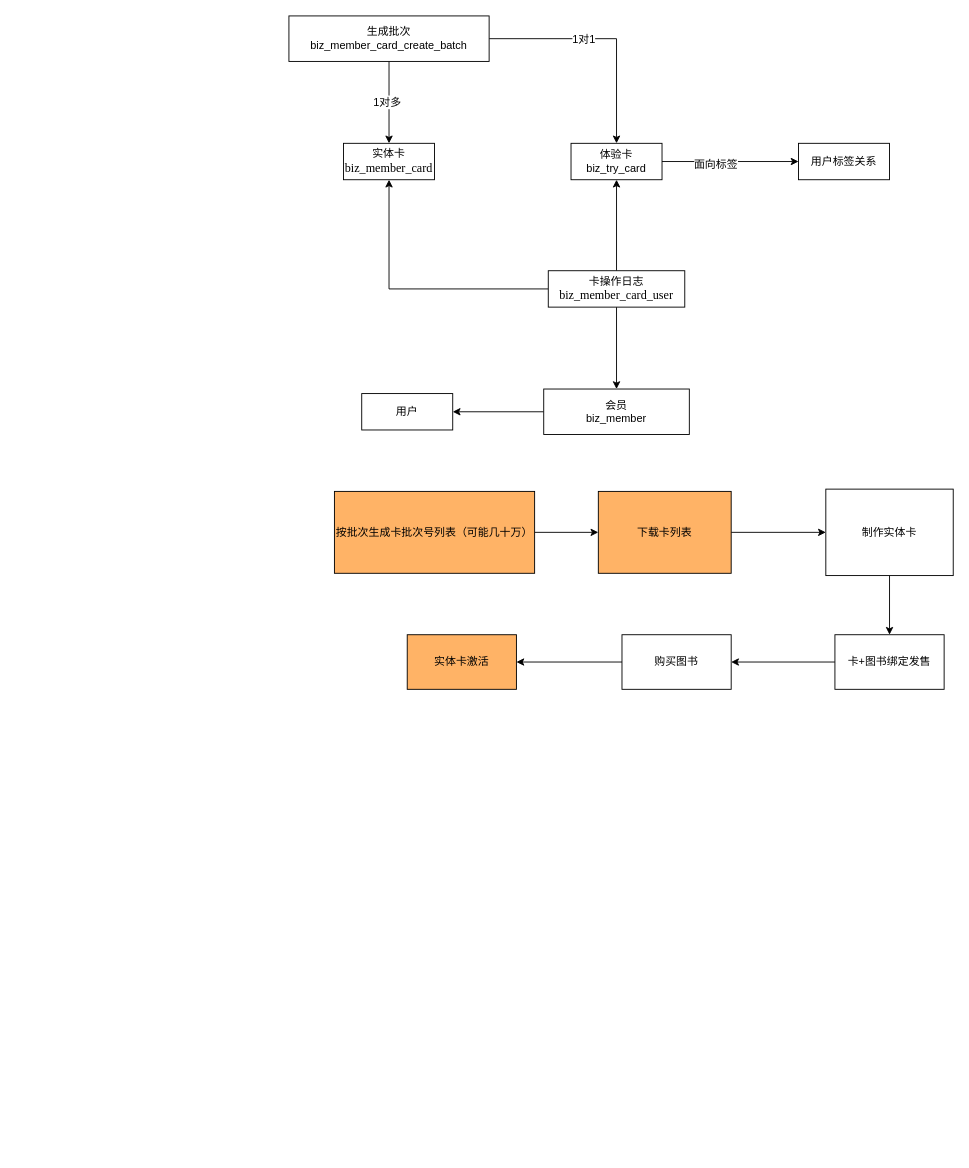
This is 会员系统.drawio from hellojd2018/ms_document, a draw.io file, before an edit. Source tidied: cells renumbered, new cells numbered last; positions are measured from the earlier drawing's top-left corner, leaving out a move shared by most shapes. Both pictures are drawn from the tidied source at 91%, with x=0, y=0 at pixel (288, 15).
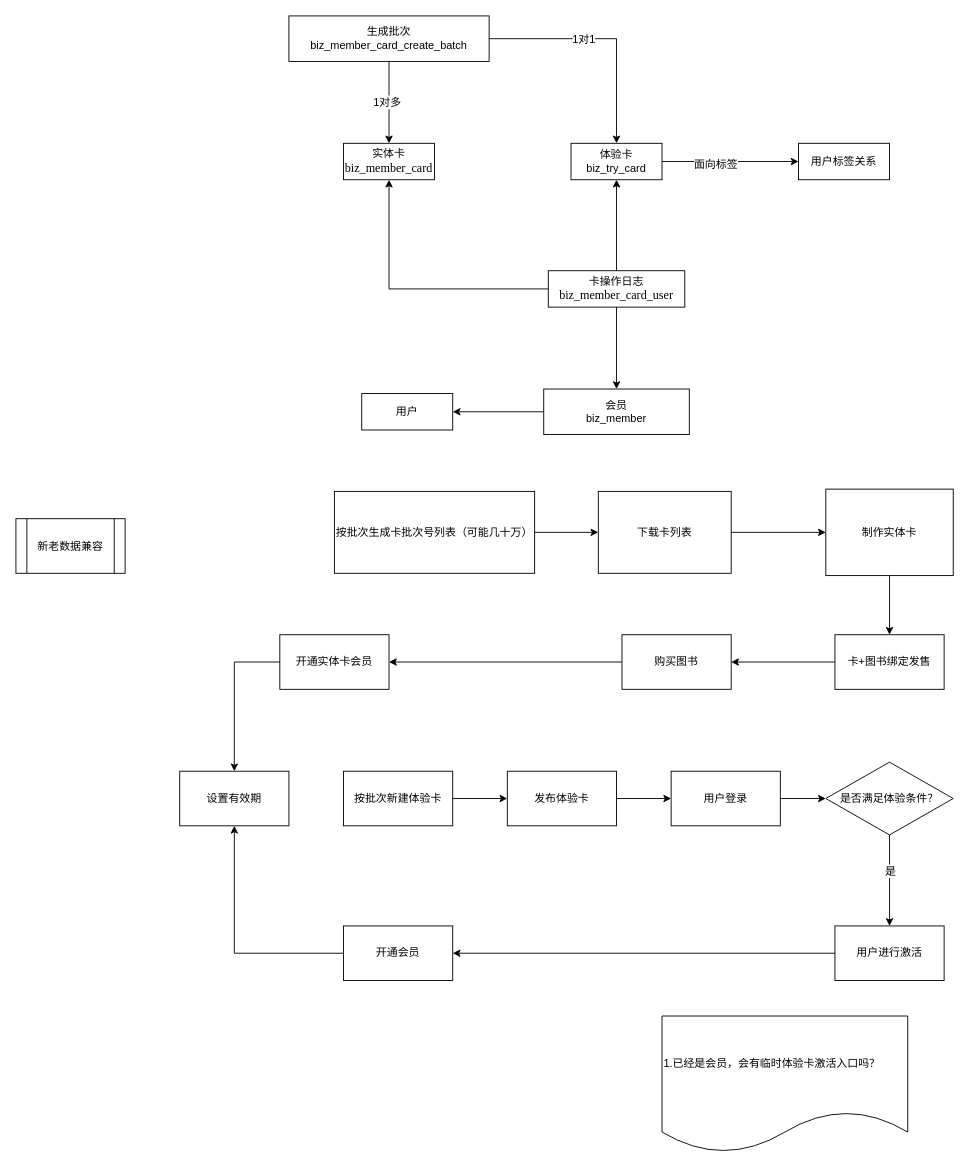
The same page after the edit.

What changed in the source:
```diff
@@
-    <mxCell id="20" value="按批次生成卡批次号列表（可能几十万）" style="rounded=0;whiteSpace=wrap;html=1;fillColor=#FFB366;" parent="1" vertex="1">
+    <mxCell id="20" value="按批次生成卡批次号列表（可能几十万）" style="rounded=0;whiteSpace=wrap;html=1;fillColor=none;" parent="1" vertex="1">
       <mxGeometry x="50" y="522.5" width="220" height="90" as="geometry" />
     </mxCell>
@@
-    <mxCell id="22" value="下载卡列表" style="rounded=0;whiteSpace=wrap;html=1;fillColor=#FFB366;" parent="1" vertex="1">
+    <mxCell id="22" value="下载卡列表" style="rounded=0;whiteSpace=wrap;html=1;fillColor=none;" parent="1" vertex="1">
       <mxGeometry x="340" y="522.5" width="146" height="90" as="geometry" />
     </mxCell>
@@
+    <mxCell id="30" style="edgeStyle=orthogonalEdgeStyle;rounded=0;jettySize=auto;html=1;exitX=0;exitY=0.5;exitDx=0;exitDy=0;" parent="1" edge="1" source="29" target="45">
+      <mxGeometry relative="1" as="geometry" />
+    </mxCell>
-    <mxCell id="29" value="实体卡激活" style="rounded=0;whiteSpace=wrap;html=1;fillColor=#FFB366;" parent="1" vertex="1">
-      <mxGeometry x="130" y="680" width="120" height="60" as="geometry" />
+    <mxCell id="29" value="开通实体卡会员" style="rounded=0;whiteSpace=wrap;html=1;fillColor=none;" parent="1" vertex="1">
+      <mxGeometry x="-10" y="680" width="120" height="60" as="geometry" />
     </mxCell>
+    <mxCell id="31" style="edgeStyle=orthogonalEdgeStyle;rounded=0;jettySize=auto;html=1;exitX=1;exitY=0.5;exitDx=0;exitDy=0;entryX=0;entryY=0.5;entryDx=0;entryDy=0;" parent="1" edge="1" source="32" target="34">
+      <mxGeometry relative="1" as="geometry" />
+    </mxCell>
+    <mxCell id="32" value="&lt;span style=&quot;white-space: normal&quot;&gt;按批次新建体验卡&lt;/span&gt;" style="rounded=0;whiteSpace=wrap;html=1;fillColor=none;" parent="1" vertex="1">
+      <mxGeometry x="60" y="830" width="120" height="60" as="geometry" />
+    </mxCell>
+    <mxCell id="33" style="edgeStyle=orthogonalEdgeStyle;rounded=0;jettySize=auto;html=1;exitX=1;exitY=0.5;exitDx=0;exitDy=0;entryX=0;entryY=0.5;entryDx=0;entryDy=0;" parent="1" edge="1" source="34" target="39">
+      <mxGeometry relative="1" as="geometry" />
+    </mxCell>
+    <mxCell id="34" value="发布体验卡" style="rounded=0;whiteSpace=wrap;html=1;fillColor=none;" parent="1" vertex="1">
+      <mxGeometry x="240" y="830" width="120" height="60" as="geometry" />
+    </mxCell>
+    <mxCell id="35" style="edgeStyle=orthogonalEdgeStyle;rounded=0;jettySize=auto;html=1;exitX=0.5;exitY=1;exitDx=0;exitDy=0;" parent="1" edge="1" source="37" target="41">
+      <mxGeometry relative="1" as="geometry" />
+    </mxCell>
+    <mxCell id="36" value="是" style="text;html=1;align=center;verticalAlign=middle;labelBackgroundColor=#ffffff;" parent="35" vertex="1">
+      <mxGeometry x="-0.22" relative="1" as="geometry" />
+    </mxCell>
+    <mxCell id="37" value="是否满足体验条件？" style="rhombus;whiteSpace=wrap;html=1;fillColor=none;" parent="1" vertex="1">
+      <mxGeometry x="590" y="820" width="140" height="80" as="geometry" />
+    </mxCell>
+    <mxCell id="38" style="edgeStyle=orthogonalEdgeStyle;rounded=0;jettySize=auto;html=1;exitX=1;exitY=0.5;exitDx=0;exitDy=0;" parent="1" edge="1" source="39" target="37">
+      <mxGeometry relative="1" as="geometry" />
+    </mxCell>
+    <mxCell id="39" value="用户登录" style="rounded=0;whiteSpace=wrap;html=1;fillColor=none;" parent="1" vertex="1">
+      <mxGeometry x="420" y="830" width="120" height="60" as="geometry" />
+    </mxCell>
+    <mxCell id="40" style="edgeStyle=orthogonalEdgeStyle;rounded=0;jettySize=auto;html=1;exitX=0;exitY=0.5;exitDx=0;exitDy=0;entryX=1;entryY=0.5;entryDx=0;entryDy=0;" parent="1" edge="1" source="41" target="43">
+      <mxGeometry relative="1" as="geometry" />
+    </mxCell>
+    <mxCell id="41" value="用户进行激活" style="rounded=0;whiteSpace=wrap;html=1;fillColor=none;" parent="1" vertex="1">
+      <mxGeometry x="600" y="1000" width="120" height="60" as="geometry" />
+    </mxCell>
+    <mxCell id="42" style="edgeStyle=orthogonalEdgeStyle;rounded=0;jettySize=auto;html=1;exitX=0;exitY=0.5;exitDx=0;exitDy=0;entryX=0.5;entryY=1;entryDx=0;entryDy=0;" parent="1" edge="1" source="43" target="45">
+      <mxGeometry relative="1" as="geometry" />
+    </mxCell>
+    <mxCell id="43" value="开通会员" style="rounded=0;whiteSpace=wrap;html=1;fillColor=none;" parent="1" vertex="1">
+      <mxGeometry x="60" y="1000" width="120" height="60" as="geometry" />
+    </mxCell>
+    <mxCell id="44" value="1.已经是会员，会有临时体验卡激活入口吗？" style="shape=document;whiteSpace=wrap;html=1;boundedLbl=1;fillColor=none;align=left;" parent="1" vertex="1">
+      <mxGeometry x="410" y="1099" width="270" height="150" as="geometry" />
+    </mxCell>
+    <mxCell id="45" value="设置有效期" style="rounded=0;whiteSpace=wrap;html=1;fillColor=none;" parent="1" vertex="1">
+      <mxGeometry x="-120" y="830" width="120" height="60" as="geometry" />
+    </mxCell>
+    <mxCell id="46" value="&lt;span style=&quot;white-space: normal&quot;&gt;新老数据兼容&lt;/span&gt;" style="shape=process;whiteSpace=wrap;html=1;backgroundOutline=1;fillColor=none;" parent="1" vertex="1">
+      <mxGeometry x="-300" y="552.5" width="120" height="60" as="geometry" />
+    </mxCell>
```
